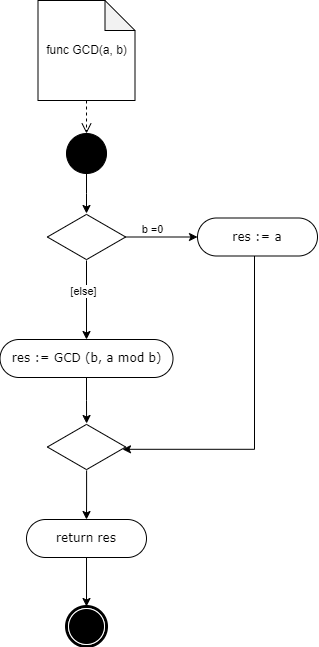
This is docs/img/ex2.png from IMZolin/PSAD, a draw.io export, as it was before one commit. Source tidied: cells renumbered, new cells last; positions are measured from the earlier drawing's top-left corner, leaving out a move shared by most shapes. Its diagram source:
```xml
<mxGraphModel background="#ffffff">
  <root>
    <mxCell id="0" />
    <mxCell id="1" parent="0" />
    <mxCell id="2" style="edgeStyle=orthogonalEdgeStyle;rounded=0;jettySize=auto;html=1;" parent="1" edge="1" source="3" target="10">
      <mxGeometry relative="1" as="geometry" />
    </mxCell>
    <mxCell id="3" style="ellipse;whiteSpace=wrap;html=1;rounded=0;shadow=0;comic=0;labelBackgroundColor=none;strokeWidth=1;fillColor=#000000;fontFamily=Verdana;fontSize=12;align=center;" parent="1" vertex="1">
      <mxGeometry x="66" y="133" width="40" height="40" as="geometry" />
    </mxCell>
    <mxCell id="4" value="res := a" style="rounded=1;whiteSpace=wrap;html=1;shadow=0;comic=0;labelBackgroundColor=none;strokeWidth=1;fontFamily=Verdana;fontSize=12;align=center;arcSize=50;" parent="1" vertex="1">
      <mxGeometry x="197" y="217.5" width="120" height="38" as="geometry" />
    </mxCell>
    <mxCell id="5" value="return res" style="rounded=1;whiteSpace=wrap;html=1;shadow=0;comic=0;labelBackgroundColor=none;strokeWidth=1;fontFamily=Verdana;fontSize=12;align=center;arcSize=50;" parent="1" vertex="1">
      <mxGeometry x="26" y="519" width="120" height="38" as="geometry" />
    </mxCell>
    <mxCell id="6" style="edgeStyle=orthogonalEdgeStyle;rounded=0;jettySize=auto;html=1;entryX=0.5;entryY=0;entryDx=0;entryDy=0;" parent="1" edge="1" source="10" target="12">
      <mxGeometry relative="1" as="geometry" />
    </mxCell>
    <mxCell id="7" value="[else]" style="edgeLabel;html=1;align=center;verticalAlign=middle;" parent="6" vertex="1">
      <mxGeometry x="-0.24" y="-4" relative="1" as="geometry" />
    </mxCell>
    <mxCell id="8" style="edgeStyle=orthogonalEdgeStyle;rounded=0;jettySize=auto;html=1;" parent="1" edge="1" source="10" target="4">
      <mxGeometry relative="1" as="geometry" />
    </mxCell>
    <mxCell id="9" value="b =0" style="edgeLabel;html=1;align=center;verticalAlign=middle;" parent="8" vertex="1">
      <mxGeometry x="-0.21" y="-5" relative="1" as="geometry">
        <mxPoint x="-2" y="-13" as="offset" />
      </mxGeometry>
    </mxCell>
    <mxCell id="10" style="html=1;whiteSpace=wrap;shape=isoRectangle;" parent="1" vertex="1">
      <mxGeometry x="46.8" y="213" width="78.3" height="47" as="geometry" />
    </mxCell>
    <mxCell id="11" style="edgeStyle=orthogonalEdgeStyle;rounded=0;jettySize=auto;html=1;" parent="1" edge="1" source="12" target="14">
      <mxGeometry relative="1" as="geometry" />
    </mxCell>
    <mxCell id="12" value="res := GCD (b, a mod b)" style="rounded=1;whiteSpace=wrap;html=1;shadow=0;comic=0;labelBackgroundColor=none;strokeWidth=1;fontFamily=Verdana;fontSize=12;align=center;arcSize=50;" parent="1" vertex="1">
      <mxGeometry x="-0.5" y="339" width="173" height="38" as="geometry" />
    </mxCell>
    <mxCell id="13" style="edgeStyle=orthogonalEdgeStyle;rounded=0;jettySize=auto;html=1;" parent="1" edge="1" source="14" target="5">
      <mxGeometry relative="1" as="geometry" />
    </mxCell>
    <mxCell id="14" style="html=1;whiteSpace=wrap;shape=isoRectangle;" parent="1" vertex="1">
      <mxGeometry x="46.8" y="423" width="78.3" height="47" as="geometry" />
    </mxCell>
    <mxCell id="15" value="func GCD(a, b)" style="shape=note;whiteSpace=wrap;html=1;backgroundOutline=1;darkOpacity=0.05;" parent="1" vertex="1">
      <mxGeometry x="37.5" width="97" height="100" as="geometry" />
    </mxCell>
    <mxCell id="16" style="html=1;verticalAlign=bottom;endArrow=open;dashed=1;endSize=8;curved=0;rounded=0;entryX=0.5;entryY=0;entryDx=0;entryDy=0;" parent="1" edge="1" source="15" target="3">
      <mxGeometry relative="1" as="geometry" />
    </mxCell>
    <mxCell id="17" style="edgeStyle=orthogonalEdgeStyle;rounded=0;jettySize=auto;html=1;entryX=0.959;entryY=0.549;entryDx=0;entryDy=0;entryPerimeter=0;" parent="1" edge="1" source="4" target="14">
      <mxGeometry relative="1" as="geometry">
        <Array as="points">
          <mxPoint x="254" y="449" />
        </Array>
      </mxGeometry>
    </mxCell>
    <mxCell id="18" style="edgeStyle=orthogonalEdgeStyle;rounded=0;jettySize=auto;html=1;entryX=0.5;entryY=0;entryDx=0;entryDy=0;" parent="1" edge="1" source="5" target="19">
      <mxGeometry relative="1" as="geometry" />
    </mxCell>
    <mxCell id="19" style="shape=mxgraph.bpmn.shape;html=1;verticalLabelPosition=bottom;labelBackgroundColor=#ffffff;verticalAlign=top;perimeter=ellipsePerimeter;outline=end;symbol=terminate;rounded=0;shadow=0;comic=0;strokeWidth=1;fontFamily=Verdana;fontSize=12;align=center;" parent="1" vertex="1">
      <mxGeometry x="66" y="606" width="40" height="40" as="geometry" />
    </mxCell>
  </root>
</mxGraphModel>
```
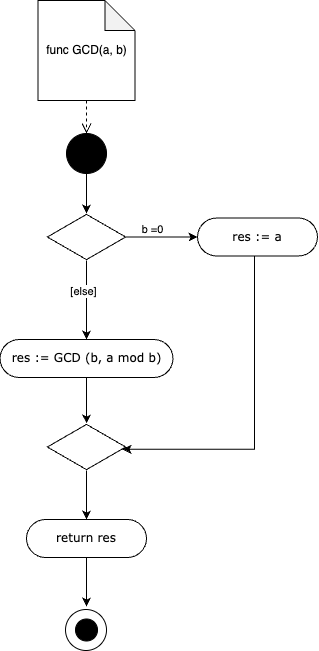
Later version of the same file.

Diff of the diagram source:
```diff
@@ -56,11 +56,16 @@
         </Array>
       </mxGeometry>
     </mxCell>
-    <mxCell id="18" style="edgeStyle=orthogonalEdgeStyle;rounded=0;jettySize=auto;html=1;entryX=0.5;entryY=0;entryDx=0;entryDy=0;" parent="1" edge="1" source="5" target="19">
-      <mxGeometry relative="1" as="geometry" />
+    <mxCell id="18" style="edgeStyle=orthogonalEdgeStyle;rounded=0;jettySize=auto;html=1;entryX=0.5;entryY=0;entryDx=0;entryDy=0;" parent="1" edge="1" source="5">
+      <mxGeometry relative="1" as="geometry">
+        <mxPoint x="86" y="606" as="targetPoint" />
+      </mxGeometry>
     </mxCell>
-    <mxCell id="19" style="shape=mxgraph.bpmn.shape;html=1;verticalLabelPosition=bottom;labelBackgroundColor=#ffffff;verticalAlign=top;perimeter=ellipsePerimeter;outline=end;symbol=terminate;rounded=0;shadow=0;comic=0;strokeWidth=1;fontFamily=Verdana;fontSize=12;align=center;" parent="1" vertex="1">
-      <mxGeometry x="66" y="606" width="40" height="40" as="geometry" />
-    </mxCell>
+    <mxCell id="20" style="ellipse;whiteSpace=wrap;html=1;" parent="1" vertex="1">
+      <mxGeometry x="65" y="609" width="41" height="41" as="geometry" />
+    </mxCell>
+    <mxCell id="21" style="ellipse;whiteSpace=wrap;html=1;rounded=0;shadow=0;comic=0;labelBackgroundColor=none;strokeWidth=1;fillColor=#000000;fontFamily=Verdana;fontSize=12;align=center;" parent="1" vertex="1">
+      <mxGeometry x="75" y="618.5" width="22" height="22" as="geometry" />
+    </mxCell>
   </root>
 </mxGraphModel>
```
